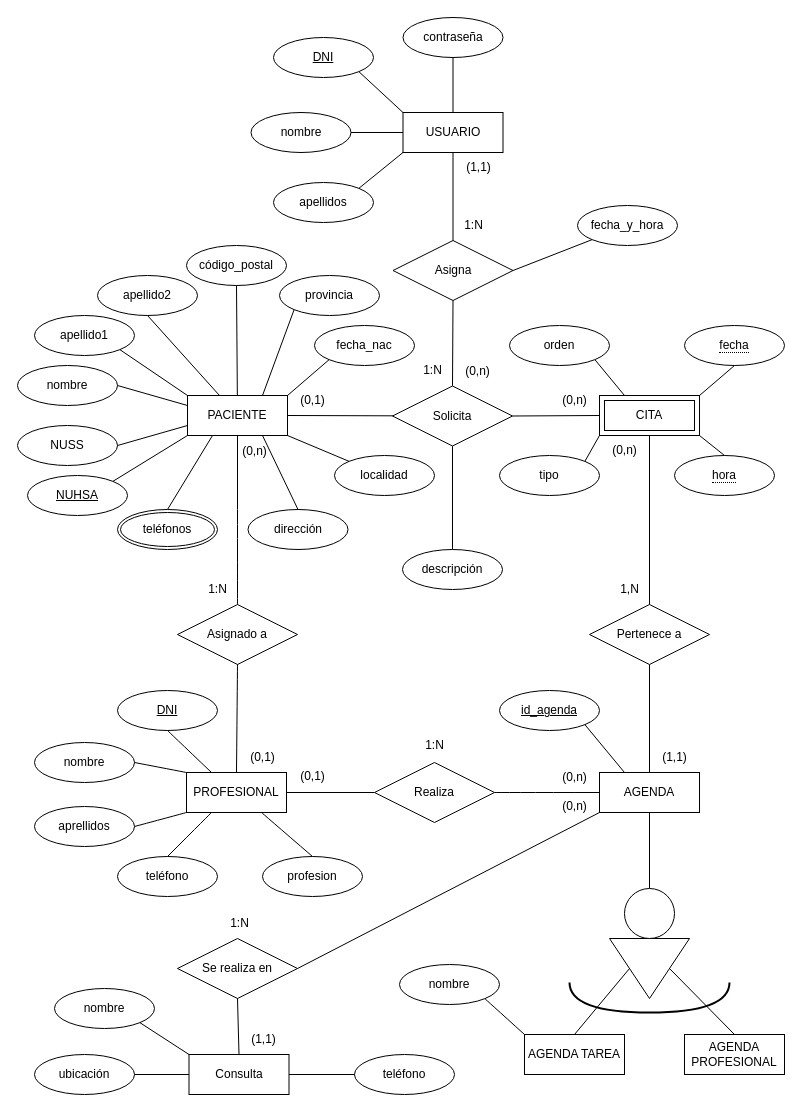
This is CitasAP_ER2.drawio from mariopr25/CitasAP-ER, a draw.io file, before an edit. Source tidied: cells renumbered, new cells numbered last; positions are measured from the earlier drawing's top-left corner, leaving out a move shared by most shapes. Both pictures are drawn from the tidied source at 100%, with x=0, y=0 at pixel (17, 17).
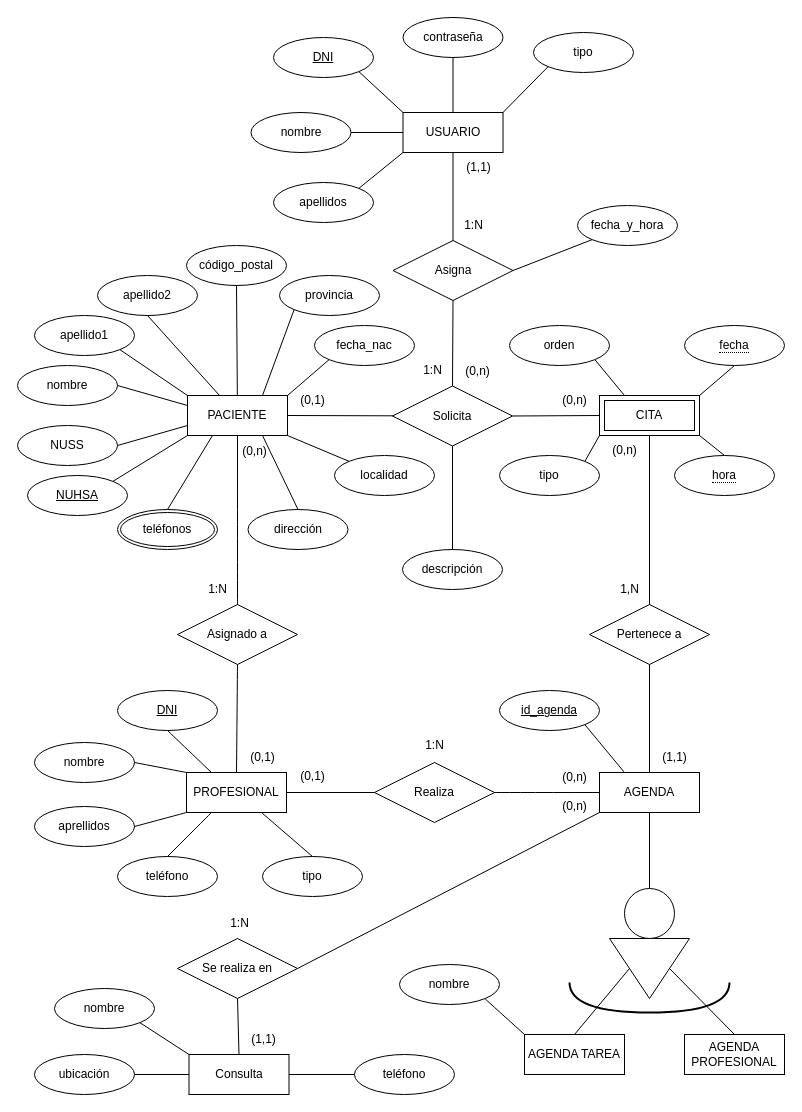
The same page after the edit.

The change refers to these unchanged cells:
```xml
<mxCell id="92" value="USUARIO" style="whiteSpace=wrap;html=1;align=center;" parent="1" vertex="1">
  <mxGeometry x="385.5" y="95" width="100" height="40" as="geometry" />
</mxCell>
```

What changed in the source:
```diff
@@
-    <mxCell id="59" value="profesion" style="ellipse;whiteSpace=wrap;html=1;align=center;" parent="1" vertex="1">
+    <mxCell id="59" value="&lt;div&gt;tipo&lt;/div&gt;" style="ellipse;whiteSpace=wrap;html=1;align=center;" parent="1" vertex="1">
       <mxGeometry x="245" y="839" width="100" height="40" as="geometry" />
     </mxCell>
@@
+    <mxCell id="115" value="tipo" style="ellipse;whiteSpace=wrap;html=1;align=center;" parent="1" vertex="1">
+      <mxGeometry x="516" y="15" width="100" height="40" as="geometry" />
+    </mxCell>
+    <mxCell id="116" style="endArrow=none;html=1;rounded=0;exitX=1;exitY=0;exitDx=0;exitDy=0;entryX=0;entryY=1;entryDx=0;entryDy=0;" parent="1" edge="1" source="92" target="115">
+      <mxGeometry relative="1" as="geometry" />
+    </mxCell>
```
